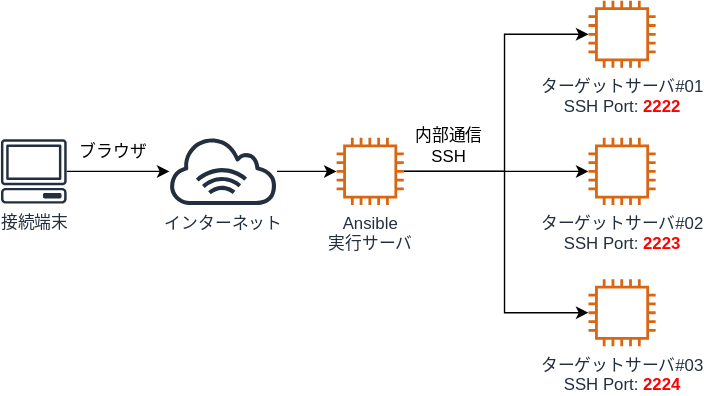
Earlier version of the draw.io export test/img/arch.drawio.svg (sensq/katacoda-scenarios). Source tidied: cells renumbered, new cells last; positions are measured from the earlier drawing's top-left corner, leaving out a move shared by most shapes. The source it was exported from:
```xml
<mxGraphModel>
  <root>
    <mxCell id="0" />
    <mxCell id="1" parent="0" />
    <mxCell id="2" style="edgeStyle=orthogonalEdgeStyle;rounded=0;jettySize=auto;html=1;" parent="1" edge="1" source="3" target="5">
      <mxGeometry relative="1" as="geometry" />
    </mxCell>
    <mxCell id="3" value="接続端末" style="outlineConnect=0;fontColor=#232F3E;gradientColor=none;fillColor=#232F3E;strokeColor=none;dashed=0;verticalLabelPosition=bottom;verticalAlign=top;align=center;html=1;fontSize=12;fontStyle=0;shape=mxgraph.aws4.client;" parent="1" vertex="1">
      <mxGeometry y="99" width="47.2" height="46" as="geometry" />
    </mxCell>
    <mxCell id="4" style="edgeStyle=orthogonalEdgeStyle;rounded=0;jettySize=auto;html=1;" parent="1" edge="1" source="5" target="9">
      <mxGeometry relative="1" as="geometry" />
    </mxCell>
    <mxCell id="5" value="インターネット" style="outlineConnect=0;fontColor=#232F3E;gradientColor=none;fillColor=#232F3E;strokeColor=none;dashed=0;verticalLabelPosition=bottom;verticalAlign=top;align=center;html=1;fontSize=12;fontStyle=0;shape=mxgraph.aws4.internet_alt1;" parent="1" vertex="1">
      <mxGeometry x="120" y="98" width="78" height="48" as="geometry" />
    </mxCell>
    <mxCell id="6" style="edgeStyle=orthogonalEdgeStyle;rounded=0;jettySize=auto;html=1;" parent="1" edge="1" source="9" target="11">
      <mxGeometry relative="1" as="geometry" />
    </mxCell>
    <mxCell id="7" style="edgeStyle=orthogonalEdgeStyle;rounded=0;jettySize=auto;html=1;" parent="1" edge="1" source="9" target="10">
      <mxGeometry relative="1" as="geometry">
        <Array as="points">
          <mxPoint x="360" y="122" />
          <mxPoint x="360" y="24" />
        </Array>
      </mxGeometry>
    </mxCell>
    <mxCell id="8" style="edgeStyle=orthogonalEdgeStyle;rounded=0;jettySize=auto;html=1;" parent="1" edge="1" source="9" target="12">
      <mxGeometry relative="1" as="geometry">
        <Array as="points">
          <mxPoint x="360" y="122" />
          <mxPoint x="360" y="223" />
        </Array>
      </mxGeometry>
    </mxCell>
    <mxCell id="9" value="Ansible&lt;br&gt;実行サーバ" style="outlineConnect=0;fontColor=#232F3E;gradientColor=none;fillColor=#D86613;strokeColor=none;dashed=0;verticalLabelPosition=bottom;verticalAlign=top;align=center;html=1;fontSize=12;fontStyle=0;shape=mxgraph.aws4.instance2;" parent="1" vertex="1">
      <mxGeometry x="240" y="98" width="48" height="48" as="geometry" />
    </mxCell>
    <mxCell id="10" value="ターゲットサーバ#01&lt;br&gt;SSH Port: &lt;font color=&quot;#ff0000&quot;&gt;&lt;b&gt;2222&lt;/b&gt;&lt;/font&gt;" style="outlineConnect=0;fontColor=#232F3E;gradientColor=none;fillColor=#D86613;strokeColor=none;dashed=0;verticalLabelPosition=bottom;verticalAlign=top;align=center;html=1;fontSize=12;fontStyle=0;shape=mxgraph.aws4.instance2;" parent="1" vertex="1">
      <mxGeometry x="420" width="48" height="48" as="geometry" />
    </mxCell>
    <mxCell id="11" value="ターゲットサーバ#02&lt;br&gt;SSH Port: &lt;b&gt;&lt;font color=&quot;#ff0000&quot;&gt;2223&lt;/font&gt;&lt;/b&gt;" style="outlineConnect=0;fontColor=#232F3E;gradientColor=none;fillColor=#D86613;strokeColor=none;dashed=0;verticalLabelPosition=bottom;verticalAlign=top;align=center;html=1;fontSize=12;fontStyle=0;shape=mxgraph.aws4.instance2;" parent="1" vertex="1">
      <mxGeometry x="420" y="98" width="48" height="48" as="geometry" />
    </mxCell>
    <mxCell id="12" value="ターゲットサーバ#03&lt;br&gt;SSH Port: &lt;b&gt;&lt;font color=&quot;#ff0000&quot;&gt;2224&lt;/font&gt;&lt;/b&gt;" style="outlineConnect=0;fontColor=#232F3E;gradientColor=none;fillColor=#D86613;strokeColor=none;dashed=0;verticalLabelPosition=bottom;verticalAlign=top;align=center;html=1;fontSize=12;fontStyle=0;shape=mxgraph.aws4.instance2;" parent="1" vertex="1">
      <mxGeometry x="420" y="199" width="48" height="48" as="geometry" />
    </mxCell>
    <mxCell id="13" value="内部通信&lt;br&gt;SSH" style="text;html=1;align=center;verticalAlign=middle;" parent="1" vertex="1">
      <mxGeometry x="290" y="89" width="60" height="30" as="geometry" />
    </mxCell>
    <mxCell id="14" value="ブラウザ" style="text;html=1;align=center;verticalAlign=middle;" parent="1" vertex="1">
      <mxGeometry x="50" y="98" width="60" height="20" as="geometry" />
    </mxCell>
  </root>
</mxGraphModel>
```
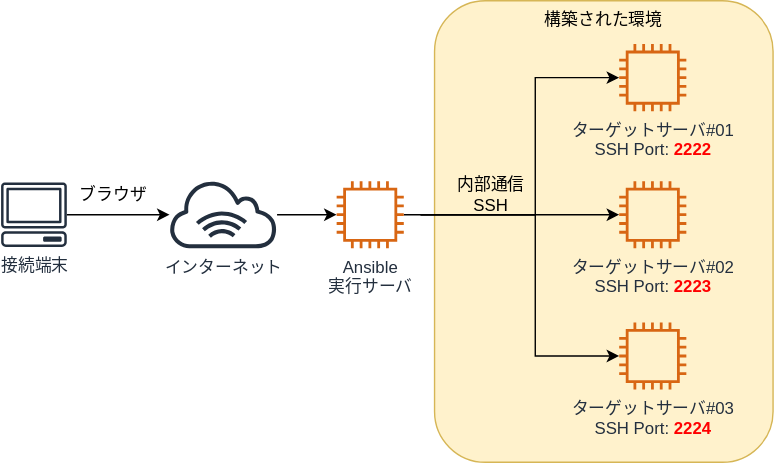
The same file after the commit.

Diff of the diagram source:
```diff
@@ -2,54 +2,60 @@
   <root>
     <mxCell id="0" />
     <mxCell id="1" parent="0" />
+    <mxCell id="15" value="構築された環境" style="rounded=1;whiteSpace=wrap;html=1;fillColor=#fff2cc;strokeColor=#d6b656;verticalAlign=top;" parent="1" vertex="1">
+      <mxGeometry x="310" y="-1" width="242" height="330" as="geometry" />
+    </mxCell>
     <mxCell id="2" style="edgeStyle=orthogonalEdgeStyle;rounded=0;jettySize=auto;html=1;" parent="1" edge="1" source="3" target="5">
       <mxGeometry relative="1" as="geometry" />
     </mxCell>
     <mxCell id="3" value="接続端末" style="outlineConnect=0;fontColor=#232F3E;gradientColor=none;fillColor=#232F3E;strokeColor=none;dashed=0;verticalLabelPosition=bottom;verticalAlign=top;align=center;html=1;fontSize=12;fontStyle=0;shape=mxgraph.aws4.client;" parent="1" vertex="1">
-      <mxGeometry y="99" width="47.2" height="46" as="geometry" />
+      <mxGeometry y="129" width="47.2" height="46" as="geometry" />
     </mxCell>
     <mxCell id="4" style="edgeStyle=orthogonalEdgeStyle;rounded=0;jettySize=auto;html=1;" parent="1" edge="1" source="5" target="9">
       <mxGeometry relative="1" as="geometry" />
     </mxCell>
     <mxCell id="5" value="インターネット" style="outlineConnect=0;fontColor=#232F3E;gradientColor=none;fillColor=#232F3E;strokeColor=none;dashed=0;verticalLabelPosition=bottom;verticalAlign=top;align=center;html=1;fontSize=12;fontStyle=0;shape=mxgraph.aws4.internet_alt1;" parent="1" vertex="1">
-      <mxGeometry x="120" y="98" width="78" height="48" as="geometry" />
+      <mxGeometry x="120" y="128" width="78" height="48" as="geometry" />
     </mxCell>
-    <mxCell id="6" style="edgeStyle=orthogonalEdgeStyle;rounded=0;jettySize=auto;html=1;" parent="1" edge="1" source="9" target="11">
-      <mxGeometry relative="1" as="geometry" />
+    <mxCell id="6" style="edgeStyle=orthogonalEdgeStyle;rounded=0;jettySize=auto;html=1;" parent="1" edge="1" target="11">
+      <mxGeometry relative="1" as="geometry">
+        <mxPoint x="300" y="152" as="sourcePoint" />
+      </mxGeometry>
     </mxCell>
-    <mxCell id="7" style="edgeStyle=orthogonalEdgeStyle;rounded=0;jettySize=auto;html=1;" parent="1" edge="1" source="9" target="10">
+    <mxCell id="7" style="edgeStyle=orthogonalEdgeStyle;rounded=0;jettySize=auto;html=1;" parent="1" edge="1" target="10">
       <mxGeometry relative="1" as="geometry">
+        <mxPoint x="300" y="152" as="sourcePoint" />
         <Array as="points">
-          <mxPoint x="360" y="122" />
-          <mxPoint x="360" y="24" />
+          <mxPoint x="382" y="152" />
+          <mxPoint x="382" y="54" />
         </Array>
       </mxGeometry>
     </mxCell>
     <mxCell id="8" style="edgeStyle=orthogonalEdgeStyle;rounded=0;jettySize=auto;html=1;" parent="1" edge="1" source="9" target="12">
       <mxGeometry relative="1" as="geometry">
         <Array as="points">
-          <mxPoint x="360" y="122" />
-          <mxPoint x="360" y="223" />
+          <mxPoint x="382" y="152" />
+          <mxPoint x="382" y="253" />
         </Array>
       </mxGeometry>
     </mxCell>
     <mxCell id="9" value="Ansible&lt;br&gt;実行サーバ" style="outlineConnect=0;fontColor=#232F3E;gradientColor=none;fillColor=#D86613;strokeColor=none;dashed=0;verticalLabelPosition=bottom;verticalAlign=top;align=center;html=1;fontSize=12;fontStyle=0;shape=mxgraph.aws4.instance2;" parent="1" vertex="1">
-      <mxGeometry x="240" y="98" width="48" height="48" as="geometry" />
+      <mxGeometry x="240" y="128" width="48" height="48" as="geometry" />
     </mxCell>
     <mxCell id="10" value="ターゲットサーバ#01&lt;br&gt;SSH Port: &lt;font color=&quot;#ff0000&quot;&gt;&lt;b&gt;2222&lt;/b&gt;&lt;/font&gt;" style="outlineConnect=0;fontColor=#232F3E;gradientColor=none;fillColor=#D86613;strokeColor=none;dashed=0;verticalLabelPosition=bottom;verticalAlign=top;align=center;html=1;fontSize=12;fontStyle=0;shape=mxgraph.aws4.instance2;" parent="1" vertex="1">
-      <mxGeometry x="420" width="48" height="48" as="geometry" />
+      <mxGeometry x="442" y="30" width="48" height="48" as="geometry" />
     </mxCell>
     <mxCell id="11" value="ターゲットサーバ#02&lt;br&gt;SSH Port: &lt;b&gt;&lt;font color=&quot;#ff0000&quot;&gt;2223&lt;/font&gt;&lt;/b&gt;" style="outlineConnect=0;fontColor=#232F3E;gradientColor=none;fillColor=#D86613;strokeColor=none;dashed=0;verticalLabelPosition=bottom;verticalAlign=top;align=center;html=1;fontSize=12;fontStyle=0;shape=mxgraph.aws4.instance2;" parent="1" vertex="1">
-      <mxGeometry x="420" y="98" width="48" height="48" as="geometry" />
+      <mxGeometry x="442" y="128" width="48" height="48" as="geometry" />
     </mxCell>
     <mxCell id="12" value="ターゲットサーバ#03&lt;br&gt;SSH Port: &lt;b&gt;&lt;font color=&quot;#ff0000&quot;&gt;2224&lt;/font&gt;&lt;/b&gt;" style="outlineConnect=0;fontColor=#232F3E;gradientColor=none;fillColor=#D86613;strokeColor=none;dashed=0;verticalLabelPosition=bottom;verticalAlign=top;align=center;html=1;fontSize=12;fontStyle=0;shape=mxgraph.aws4.instance2;" parent="1" vertex="1">
-      <mxGeometry x="420" y="199" width="48" height="48" as="geometry" />
+      <mxGeometry x="442" y="229" width="48" height="48" as="geometry" />
     </mxCell>
     <mxCell id="13" value="内部通信&lt;br&gt;SSH" style="text;html=1;align=center;verticalAlign=middle;" parent="1" vertex="1">
-      <mxGeometry x="290" y="89" width="60" height="30" as="geometry" />
+      <mxGeometry x="320" y="123" width="60" height="30" as="geometry" />
     </mxCell>
     <mxCell id="14" value="ブラウザ" style="text;html=1;align=center;verticalAlign=middle;" parent="1" vertex="1">
-      <mxGeometry x="50" y="98" width="60" height="20" as="geometry" />
+      <mxGeometry x="50" y="128" width="60" height="20" as="geometry" />
     </mxCell>
   </root>
 </mxGraphModel>
```
